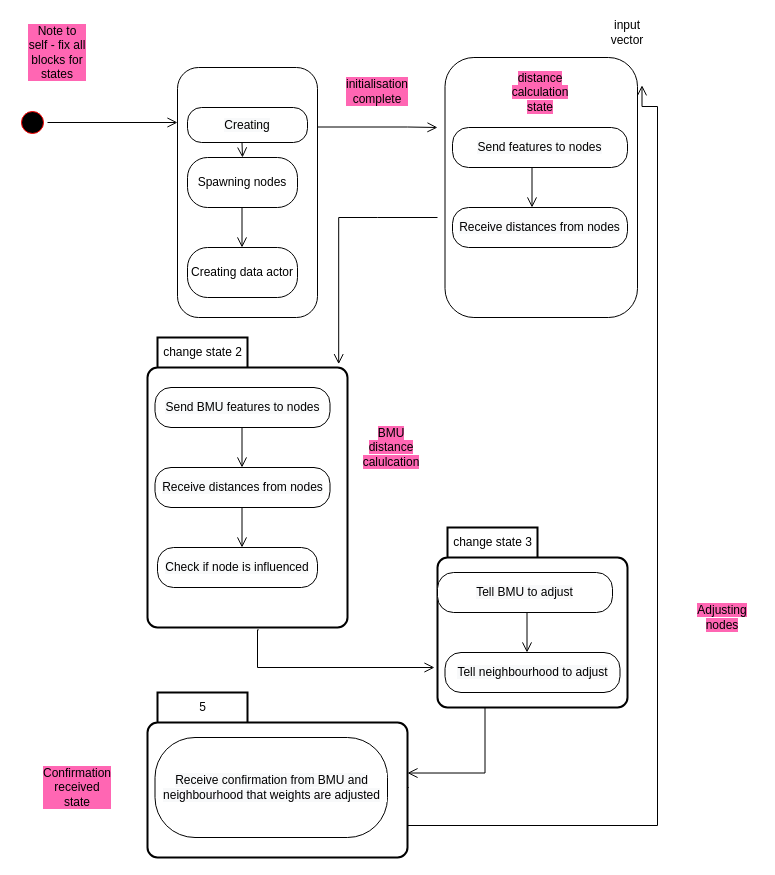
Earlier version of the draw.io diagram nodeMaestro.drawio (vanelopethecoder/som-basic). Source tidied: cells renumbered, new cells numbered last; positions are measured from the earlier drawing's top-left corner, leaving out a move shared by most shapes. Both pictures are drawn from the tidied source at 100%, with x=0, y=0 at pixel (17, 17).
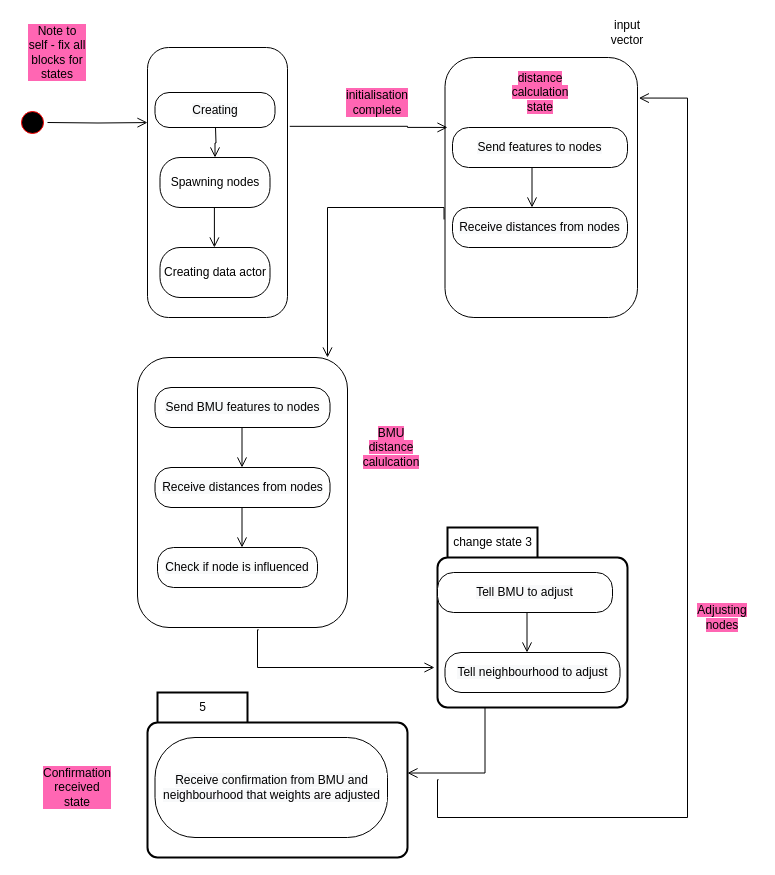
After the change.

The change refers to these unchanged cells:
```xml
<mxCell id="2" style="rounded=1;whiteSpace=wrap;html=1;labelBackgroundColor=#FF66B3;" parent="1" vertex="1">
  <mxGeometry x="427.5" y="40" width="192.5" height="260" as="geometry" />
</mxCell>
```

The edit, as a diff of the source:
```diff
@@
+    <mxCell id="38" style="rounded=1;whiteSpace=wrap;html=1;labelBackgroundColor=#FF66B3;" parent="1" vertex="1">
+      <mxGeometry x="120" y="340" width="210" height="270" as="geometry" />
+    </mxCell>
@@
     <mxCell id="3" style="rounded=1;whiteSpace=wrap;html=1;labelBackgroundColor=#FF66B3;" parent="1" vertex="1">
-      <mxGeometry x="160" y="50" width="140" height="250" as="geometry" />
+      <mxGeometry x="130" y="30" width="140" height="270" as="geometry" />
     </mxCell>
-    <mxCell id="4" style="edgeStyle=orthogonalEdgeStyle;html=1;verticalAlign=bottom;endArrow=open;endSize=8;strokeColor=#000000;rounded=0;" parent="1" edge="1">
+    <mxCell id="4" style="edgeStyle=orthogonalEdgeStyle;html=1;verticalAlign=bottom;endArrow=open;endSize=8;strokeColor=#000000;rounded=0;entryX=0;entryY=0.278;entryDx=0;entryDy=0;entryPerimeter=0;" parent="1" edge="1" target="3">
       <mxGeometry relative="1" as="geometry">
         <mxPoint x="30" y="105" as="sourcePoint" />
-        <mxPoint x="160" y="105" as="targetPoint" />
       </mxGeometry>
     </mxCell>
-    <mxCell id="5" style="edgeStyle=orthogonalEdgeStyle;html=1;verticalAlign=bottom;endArrow=open;endSize=8;strokeColor=#000000;rounded=0;" parent="1" edge="1">
+    <mxCell id="5" style="edgeStyle=orthogonalEdgeStyle;html=1;verticalAlign=bottom;endArrow=open;endSize=8;strokeColor=#000000;rounded=0;exitX=1.016;exitY=0.292;exitDx=0;exitDy=0;exitPerimeter=0;entryX=0.013;entryY=0.269;entryDx=0;entryDy=0;entryPerimeter=0;" parent="1" edge="1" source="3" target="2">
       <mxGeometry relative="1" as="geometry">
-        <mxPoint x="300" y="109.5" as="sourcePoint" />
-        <mxPoint x="420" y="110" as="targetPoint" />
         <Array as="points">
-          <mxPoint x="390" y="110" />
-          <mxPoint x="390" y="110" />
+          <mxPoint x="390" y="109" />
         </Array>
       </mxGeometry>
     </mxCell>
@@
     <mxCell id="10" value="&lt;span style=&quot;background-color: rgb(248 , 249 , 250)&quot;&gt;Creating&lt;/span&gt;" style="rounded=1;whiteSpace=wrap;html=1;arcSize=40;fontColor=#000000;fillColor=#FFFFFF;strokeColor=#000000;labelBackgroundColor=default;" parent="1" vertex="1">
-      <mxGeometry x="170" y="90" width="120" height="35" as="geometry" />
+      <mxGeometry x="137.5" y="75" width="120" height="35" as="geometry" />
     </mxCell>
     <mxCell id="11" value="Spawning nodes" style="rounded=1;whiteSpace=wrap;html=1;arcSize=40;fontColor=#000000;fillColor=#FFFFFF;strokeColor=#000000;labelBackgroundColor=default;" parent="1" vertex="1">
-      <mxGeometry x="170" y="140" width="110" height="50" as="geometry" />
+      <mxGeometry x="142.5" y="140" width="110" height="50" as="geometry" />
     </mxCell>
     <mxCell id="12" value="Creating data actor" style="rounded=1;whiteSpace=wrap;html=1;arcSize=40;fontColor=#000000;fillColor=#FFFFFF;strokeColor=#000000;labelBackgroundColor=default;" parent="1" vertex="1">
-      <mxGeometry x="170" y="230" width="110" height="50" as="geometry" />
+      <mxGeometry x="142.5" y="230" width="110" height="50" as="geometry" />
     </mxCell>
     <mxCell id="13" style="edgeStyle=orthogonalEdgeStyle;html=1;verticalAlign=bottom;endArrow=open;endSize=8;strokeColor=#000000;rounded=0;entryX=0.5;entryY=0;entryDx=0;entryDy=0;" parent="1" edge="1" target="11">
       <mxGeometry relative="1" as="geometry">
-        <mxPoint x="224.5" y="125" as="sourcePoint" />
+        <mxPoint x="198" y="110" as="sourcePoint" />
       </mxGeometry>
     </mxCell>
     <mxCell id="14" style="edgeStyle=orthogonalEdgeStyle;html=1;verticalAlign=bottom;endArrow=open;endSize=8;strokeColor=#000000;rounded=0;" parent="1" edge="1">
       <mxGeometry relative="1" as="geometry">
-        <mxPoint x="224.5" y="190" as="sourcePoint" />
-        <mxPoint x="224.5" y="230" as="targetPoint" />
+        <mxPoint x="196.9" y="190" as="sourcePoint" />
+        <mxPoint x="196.9" y="230" as="targetPoint" />
         <Array as="points">
-          <mxPoint x="224.5" y="230" />
+          <mxPoint x="196.9" y="230" />
         </Array>
       </mxGeometry>
     </mxCell>
-    <mxCell id="15" value="change state 2" style="shape=folder;align=center;verticalAlign=middle;fontStyle=0;tabWidth=100;tabHeight=30;tabPosition=left;html=1;boundedLbl=1;labelInHeader=1;rounded=1;absoluteArcSize=1;arcSize=10;strokeWidth=2;" parent="1" vertex="1">
-      <mxGeometry x="130" y="320" width="200" height="290" as="geometry" />
-    </mxCell>
@@
-    <mxCell id="25" style="edgeStyle=orthogonalEdgeStyle;html=1;verticalAlign=bottom;endArrow=open;endSize=8;strokeColor=#000000;rounded=0;entryX=0.956;entryY=0.092;entryDx=0;entryDy=0;entryPerimeter=0;" parent="1" edge="1" target="15">
+    <mxCell id="25" style="edgeStyle=orthogonalEdgeStyle;html=1;verticalAlign=bottom;endArrow=open;endSize=8;strokeColor=#000000;rounded=0;exitX=-0.005;exitY=0.623;exitDx=0;exitDy=0;exitPerimeter=0;" parent="1" edge="1" source="2">
       <mxGeometry relative="1" as="geometry">
-        <mxPoint x="420" y="200" as="sourcePoint" />
+        <mxPoint x="310" y="340" as="targetPoint" />
         <Array as="points">
-          <mxPoint x="360" y="200" />
-          <mxPoint x="321" y="200" />
+          <mxPoint x="427" y="190" />
+          <mxPoint x="310" y="190" />
         </Array>
       </mxGeometry>
     </mxCell>
-    <mxCell id="26" style="edgeStyle=orthogonalEdgeStyle;html=1;verticalAlign=bottom;endArrow=open;endSize=8;strokeColor=#000000;rounded=0;exitX=0.556;exitY=1.008;exitDx=0;exitDy=0;exitPerimeter=0;" parent="1" edge="1" source="15">
+    <mxCell id="26" style="edgeStyle=orthogonalEdgeStyle;html=1;verticalAlign=bottom;endArrow=open;endSize=8;strokeColor=#000000;rounded=0;exitX=0.556;exitY=1.008;exitDx=0;exitDy=0;exitPerimeter=0;" parent="1" edge="1">
       <mxGeometry relative="1" as="geometry">
+        <mxPoint x="241.2" y="612.3" as="sourcePoint" />
         <mxPoint x="417" y="650" as="targetPoint" />
         <Array as="points">
           <mxPoint x="240" y="612" />
           <mxPoint x="240" y="650" />
         </Array>
       </mxGeometry>
     </mxCell>
@@
-    <mxCell id="30" style="edgeStyle=orthogonalEdgeStyle;html=1;verticalAlign=bottom;endArrow=open;endSize=8;strokeColor=#000000;rounded=0;exitX=0.556;exitY=1.008;exitDx=0;exitDy=0;exitPerimeter=0;entryX=1.01;entryY=0.089;entryDx=0;entryDy=0;entryPerimeter=0;" parent="1" edge="1">
+    <mxCell id="30" style="edgeStyle=orthogonalEdgeStyle;html=1;verticalAlign=bottom;endArrow=open;endSize=8;strokeColor=#000000;rounded=0;exitX=0.556;exitY=1.008;exitDx=0;exitDy=0;exitPerimeter=0;entryX=1.007;entryY=0.156;entryDx=0;entryDy=0;entryPerimeter=0;" parent="1" edge="1" target="2">
       <mxGeometry relative="1" as="geometry">
-        <mxPoint x="391.2" y="770" as="sourcePoint" />
-        <mxPoint x="624.5" y="67.8" as="targetPoint" />
+        <mxPoint x="421.1" y="762.2" as="sourcePoint" />
         <Array as="points">
-          <mxPoint x="390" y="770" />
-          <mxPoint x="390" y="808" />
-          <mxPoint x="640" y="808" />
-          <mxPoint x="640" y="89" />
+          <mxPoint x="420" y="762" />
+          <mxPoint x="420" y="800" />
+          <mxPoint x="670" y="800" />
+          <mxPoint x="670" y="81" />
         </Array>
       </mxGeometry>
     </mxCell>
@@
     <mxCell id="37" value="initialisation complete" style="text;html=1;strokeColor=none;fillColor=none;align=center;verticalAlign=middle;whiteSpace=wrap;rounded=0;labelBackgroundColor=#FF66B3;" parent="1" vertex="1">
-      <mxGeometry x="330" y="59" width="60" height="30" as="geometry" />
+      <mxGeometry x="330" y="70" width="60" height="30" as="geometry" />
     </mxCell>
```
